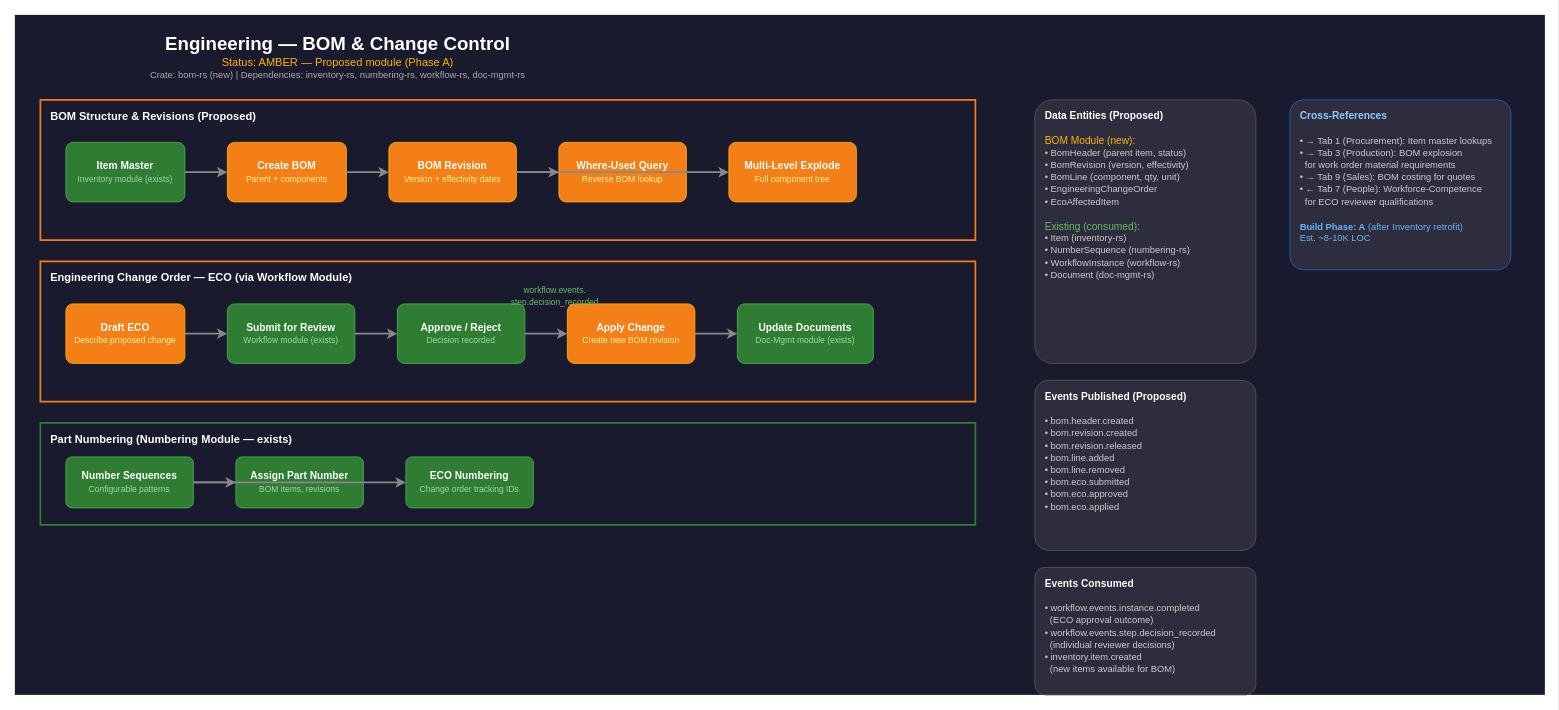
Above: page "2. Engineering" (3 of 11) of docs/plans/manufacturing-lifecycle.drawio in 7D-Solutions/7D-Solutions-Platform (draw.io), before the change. Source tidied: cells renumbered, new cells numbered last; positions are measured from the earlier drawing's top-left corner, leaving out a move shared by most shapes. Both pictures are drawn from the tidied source at 85%, with x=0, y=0 at pixel (14, 14).
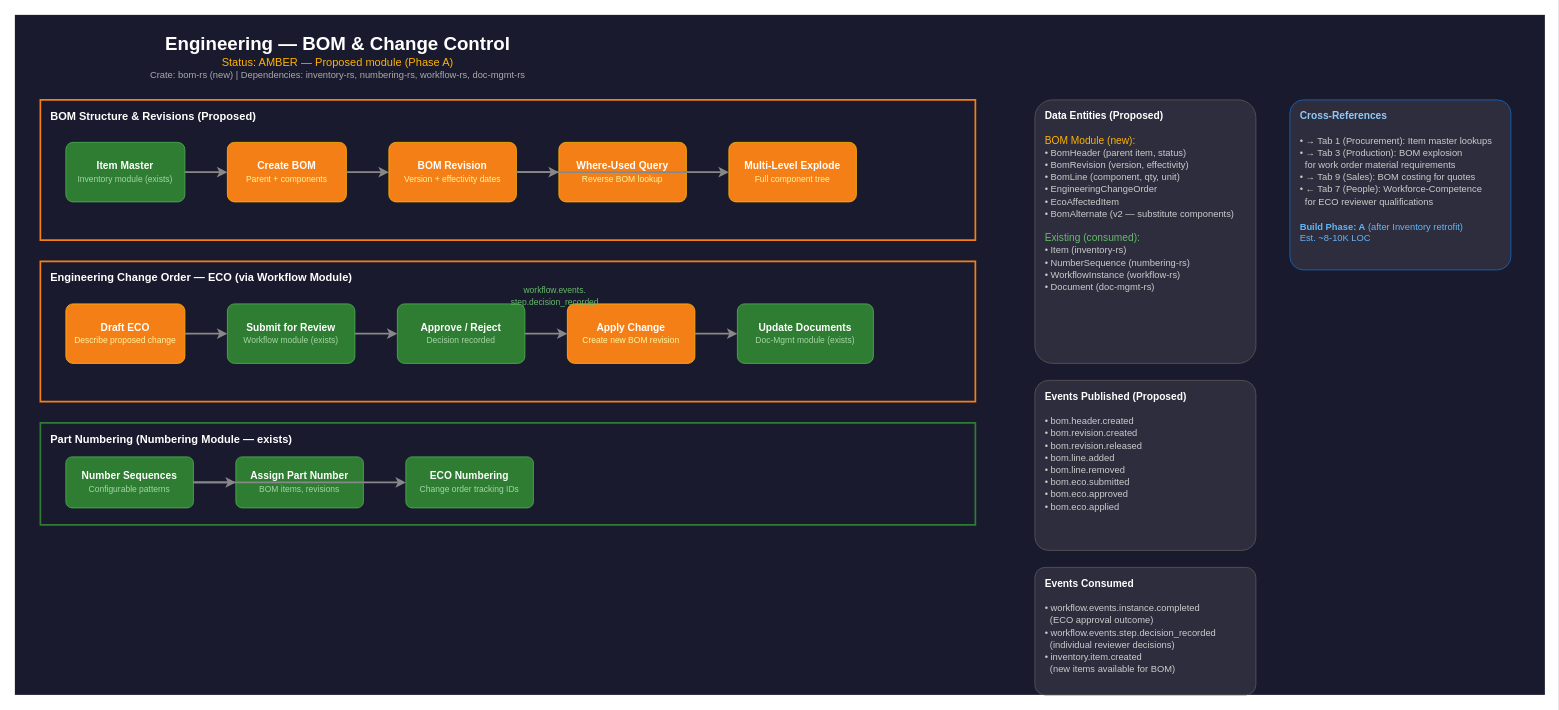
Above is the later version.

Change to the diagram source:
```diff
@@
-    <mxCell id="31" value="&lt;font color=&quot;#FFFFFF&quot;&gt;&lt;b&gt;Data Entities (Proposed)&lt;/b&gt;&lt;/font&gt;&lt;br&gt;&lt;br&gt;&lt;font color=&quot;#ffb300&quot;&gt;BOM Module (new):&lt;/font&gt;&lt;br&gt;&lt;font color=&quot;#CCCCCC&quot; style=&quot;font-size:11px&quot;&gt;• BomHeader (parent item, status)&lt;br&gt;• BomRevision (version, effectivity)&lt;br&gt;• BomLine (component, qty, unit)&lt;br&gt;• EngineeringChangeOrder&lt;br&gt;• EcoAffectedItem&lt;/font&gt;&lt;br&gt;&lt;br&gt;&lt;font color=&quot;#66bb6a&quot;&gt;Existing (consumed):&lt;/font&gt;&lt;br&gt;&lt;font color=&quot;#CCCCCC&quot; style=&quot;font-size:11px&quot;&gt;• Item (inventory-rs)&lt;br&gt;• NumberSequence (numbering-rs)&lt;br&gt;• WorkflowInstance (workflow-rs)&lt;br&gt;• Document (doc-mgmt-rs)&lt;/font&gt;" style="rounded=1;whiteSpace=wrap;html=1;fillColor=#2d2d3d;strokeColor=#555555;arcSize=8;align=left;verticalAlign=top;spacingLeft=10;spacingTop=5;spacingRight=10;" parent="1" vertex="1">
+    <mxCell id="31" value="&lt;font color=&quot;#FFFFFF&quot;&gt;&lt;b&gt;Data Entities (Proposed)&lt;/b&gt;&lt;/font&gt;&lt;br&gt;&lt;br&gt;&lt;font color=&quot;#ffb300&quot;&gt;BOM Module (new):&lt;/font&gt;&lt;br&gt;&lt;font color=&quot;#CCCCCC&quot; style=&quot;font-size:11px&quot;&gt;• BomHeader (parent item, status)&lt;br&gt;• BomRevision (version, effectivity)&lt;br&gt;• BomLine (component, qty, unit)&lt;br&gt;• EngineeringChangeOrder&lt;br&gt;• EcoAffectedItem&lt;br&gt;• BomAlternate (v2 — substitute components)&lt;/font&gt;&lt;br&gt;&lt;br&gt;&lt;font color=&quot;#66bb6a&quot;&gt;Existing (consumed):&lt;/font&gt;&lt;br&gt;&lt;font color=&quot;#CCCCCC&quot; style=&quot;font-size:11px&quot;&gt;• Item (inventory-rs)&lt;br&gt;• NumberSequence (numbering-rs)&lt;br&gt;• WorkflowInstance (workflow-rs)&lt;br&gt;• Document (doc-mgmt-rs)&lt;/font&gt;" style="rounded=1;whiteSpace=wrap;html=1;fillColor=#2d2d3d;strokeColor=#555555;arcSize=8;align=left;verticalAlign=top;spacingLeft=10;spacingTop=5;spacingRight=10;" parent="1" vertex="1">
       <mxGeometry x="1200" y="100" width="260" height="310" as="geometry" />
     </mxCell>
```
